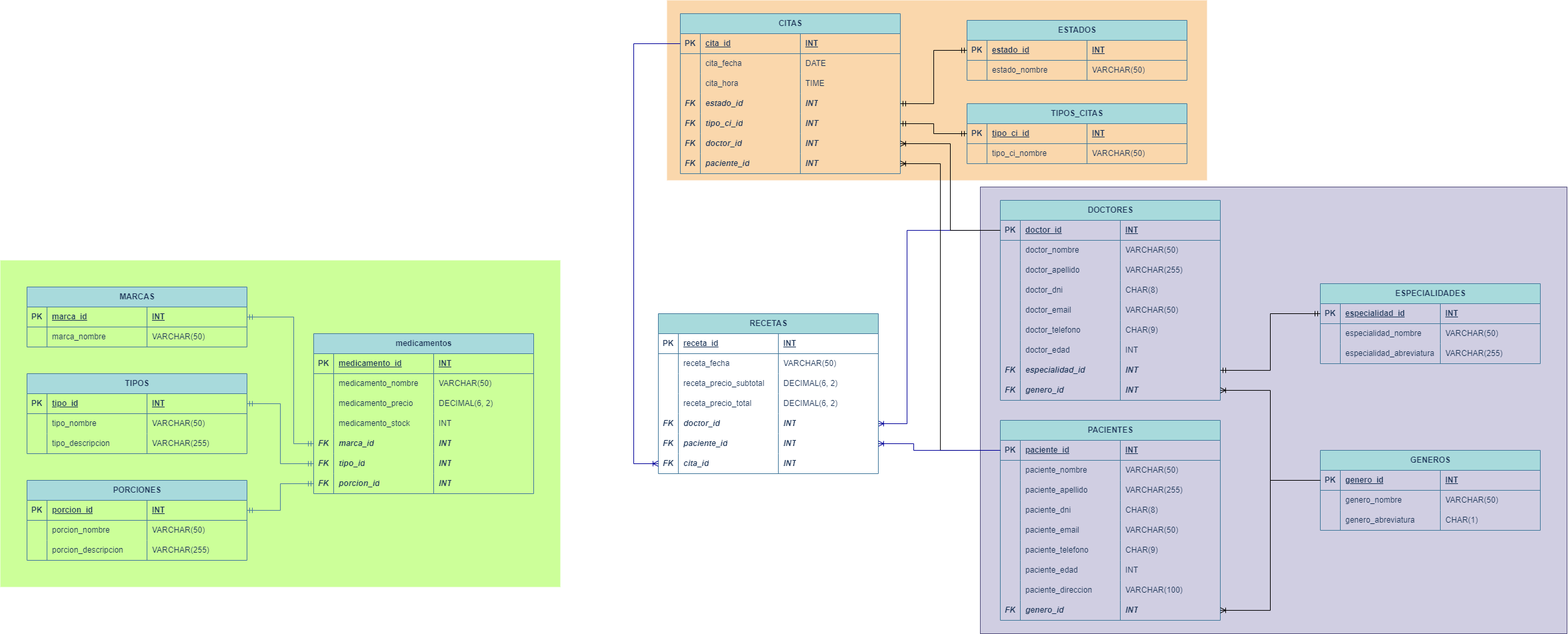
jetaype21/BD-GRUPOUNO keeps this draw.io diagram as docConnect.drawio.png. Above is the earlier version. Source tidied: cells renumbered, new cells last; positions are measured from the earlier drawing's top-left corner, leaving out a move shared by most shapes.
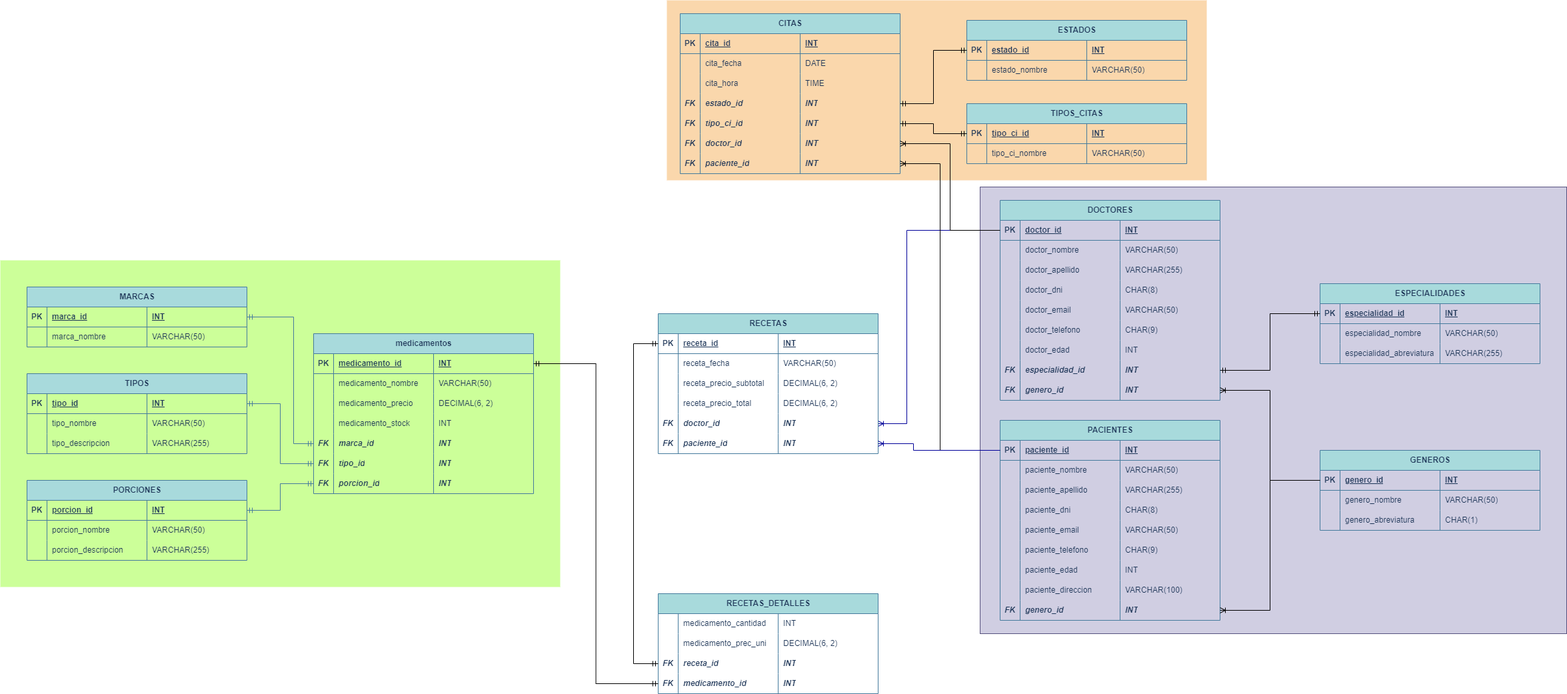
After the commit.

What changed in the source:
```diff
@@ -693,7 +693,7 @@
       </mxGeometry>
     </mxCell>
     <mxCell id="227" value="RECETAS" style="shape=table;startSize=30;rowLines=0;fontStyle=1;align=center;html=1;labelBackgroundColor=none;fillColor=#A8DADC;strokeColor=#457B9D;fontColor=#1D3557;" parent="1" vertex="1">
-      <mxGeometry x="987" y="470" width="330" height="240" as="geometry" />
+      <mxGeometry x="987" y="470" width="330" height="210" as="geometry" />
     </mxCell>
     <mxCell id="228" style="shape=tableRow;horizontal=0;startSize=0;swimlaneHead=0;swimlaneBody=0;fillColor=none;points=[[0,0.5],[1,0.5]];portConstraint=eastwest;top=0;left=0;right=0;bottom=1;labelBackgroundColor=none;strokeColor=#457B9D;fontColor=#1D3557;" parent="227" vertex="1">
       <mxGeometry y="30" width="330" height="30" as="geometry" />
@@ -767,18 +767,6 @@
     <mxCell id="251" value="INT" style="shape=partialRectangle;fillColor=none;top=0;left=0;bottom=0;right=0;align=left;spacingLeft=6;overflow=hidden;whiteSpace=wrap;html=1;labelBackgroundColor=none;strokeColor=#457B9D;fontColor=#1D3557;fontStyle=3;" parent="248" vertex="1">
       <mxGeometry x="180" width="150" height="30" as="geometry" />
     </mxCell>
-    <mxCell id="252" style="shape=tableRow;horizontal=0;startSize=0;swimlaneHead=0;swimlaneBody=0;fillColor=none;points=[[0,0.5],[1,0.5]];portConstraint=eastwest;top=0;left=0;right=0;bottom=0;labelBackgroundColor=none;strokeColor=#457B9D;fontColor=#1D3557;" parent="227" vertex="1">
-      <mxGeometry y="210" width="330" height="30" as="geometry" />
-    </mxCell>
-    <mxCell id="253" value="FK" style="shape=partialRectangle;fillColor=none;top=0;left=0;bottom=0;right=0;overflow=hidden;whiteSpace=wrap;html=1;labelBackgroundColor=none;strokeColor=#457B9D;fontColor=#1D3557;fontStyle=3;" parent="252" vertex="1">
-      <mxGeometry width="30" height="30" as="geometry" />
-    </mxCell>
-    <mxCell id="254" value="cita_id" style="shape=partialRectangle;fillColor=none;top=0;left=0;bottom=0;right=0;align=left;spacingLeft=6;overflow=hidden;whiteSpace=wrap;html=1;labelBackgroundColor=none;strokeColor=#457B9D;fontColor=#1D3557;fontStyle=3;" parent="252" vertex="1">
-      <mxGeometry x="30" width="150" height="30" as="geometry" />
-    </mxCell>
-    <mxCell id="255" value="INT" style="shape=partialRectangle;fillColor=none;top=0;left=0;bottom=0;right=0;align=left;spacingLeft=6;overflow=hidden;whiteSpace=wrap;html=1;labelBackgroundColor=none;strokeColor=#457B9D;fontColor=#1D3557;fontStyle=3;" parent="252" vertex="1">
-      <mxGeometry x="180" width="150" height="30" as="geometry" />
-    </mxCell>
     <mxCell id="256" style="edgeStyle=orthogonalEdgeStyle;fontSize=12;html=1;endArrow=ERoneToMany;rounded=0;exitX=0;exitY=0.5;exitDx=0;exitDy=0;strokeColor=#000099;entryX=1;entryY=0.5;entryDx=0;entryDy=0;" parent="1" edge="1" source="137" target="248">
       <mxGeometry relative="1" as="geometry">
         <Array as="points">
@@ -787,13 +775,67 @@
         </Array>
       </mxGeometry>
     </mxCell>
-    <mxCell id="257" style="edgeStyle=orthogonalEdgeStyle;fontSize=12;html=1;endArrow=ERoneToMany;rounded=0;entryX=0;entryY=0.5;entryDx=0;entryDy=0;strokeColor=#000099;exitX=0;exitY=0.5;exitDx=0;exitDy=0;" parent="1" edge="1" source="177" target="252">
-      <mxGeometry relative="1" as="geometry">
-        <Array as="points">
-          <mxPoint x="950" y="65" />
-          <mxPoint x="950" y="695" />
-        </Array>
-      </mxGeometry>
-    </mxCell>
+    <mxCell id="258" value="RECETAS_DETALLES" style="shape=table;startSize=30;rowLines=0;fontStyle=1;align=center;html=1;labelBackgroundColor=none;fillColor=#A8DADC;strokeColor=#457B9D;fontColor=#1D3557;" parent="1" vertex="1">
+      <mxGeometry x="987" y="890" width="330" height="150" as="geometry" />
+    </mxCell>
+    <mxCell id="259" style="shape=tableRow;horizontal=0;startSize=0;swimlaneHead=0;swimlaneBody=0;fillColor=none;top=0;left=0;right=0;bottom=0;labelBackgroundColor=none;strokeColor=#457B9D;fontColor=#1D3557;" parent="258" vertex="1">
+      <mxGeometry y="30" width="330" height="30" as="geometry" />
+    </mxCell>
+    <mxCell id="260" style="shape=partialRectangle;fillColor=none;top=0;left=0;bottom=0;right=0;overflow=hidden;whiteSpace=wrap;html=1;labelBackgroundColor=none;strokeColor=#457B9D;fontColor=#1D3557;" parent="259" vertex="1">
+      <mxGeometry width="30" height="30" as="geometry" />
+    </mxCell>
+    <mxCell id="261" value="medicamento_cantidad" style="shape=partialRectangle;fillColor=none;top=0;left=0;bottom=0;right=0;align=left;spacingLeft=6;overflow=hidden;whiteSpace=wrap;html=1;labelBackgroundColor=none;strokeColor=#457B9D;fontColor=#1D3557;" parent="259" vertex="1">
+      <mxGeometry x="30" width="150" height="30" as="geometry" />
+    </mxCell>
+    <mxCell id="262" value="INT" style="shape=partialRectangle;fillColor=none;top=0;left=0;bottom=0;right=0;align=left;spacingLeft=6;overflow=hidden;whiteSpace=wrap;html=1;labelBackgroundColor=none;strokeColor=#457B9D;fontColor=#1D3557;" parent="259" vertex="1">
+      <mxGeometry x="180" width="150" height="30" as="geometry" />
+    </mxCell>
+    <mxCell id="263" style="shape=tableRow;horizontal=0;startSize=0;swimlaneHead=0;swimlaneBody=0;fillColor=none;top=0;left=0;right=0;bottom=0;labelBackgroundColor=none;strokeColor=#457B9D;fontColor=#1D3557;" parent="258" vertex="1">
+      <mxGeometry y="60" width="330" height="30" as="geometry" />
+    </mxCell>
+    <mxCell id="264" style="shape=partialRectangle;fillColor=none;top=0;left=0;bottom=0;right=0;overflow=hidden;whiteSpace=wrap;html=1;labelBackgroundColor=none;strokeColor=#457B9D;fontColor=#1D3557;" parent="263" vertex="1">
+      <mxGeometry width="30" height="30" as="geometry" />
+    </mxCell>
+    <mxCell id="265" value="medicamento_prec_uni" style="shape=partialRectangle;fillColor=none;top=0;left=0;bottom=0;right=0;align=left;spacingLeft=6;overflow=hidden;whiteSpace=wrap;html=1;labelBackgroundColor=none;strokeColor=#457B9D;fontColor=#1D3557;" parent="263" vertex="1">
+      <mxGeometry x="30" width="150" height="30" as="geometry" />
+    </mxCell>
+    <mxCell id="266" value="DECIMAL(6, 2)" style="shape=partialRectangle;fillColor=none;top=0;left=0;bottom=0;right=0;align=left;spacingLeft=6;overflow=hidden;whiteSpace=wrap;html=1;labelBackgroundColor=none;strokeColor=#457B9D;fontColor=#1D3557;" parent="263" vertex="1">
+      <mxGeometry x="180" width="150" height="30" as="geometry" />
+    </mxCell>
+    <mxCell id="267" style="shape=tableRow;horizontal=0;startSize=0;swimlaneHead=0;swimlaneBody=0;fillColor=none;points=[[0,0.5],[1,0.5]];portConstraint=eastwest;top=0;left=0;right=0;bottom=0;labelBackgroundColor=none;strokeColor=#457B9D;fontColor=#1D3557;fontStyle=3;" parent="258" vertex="1">
+      <mxGeometry y="90" width="330" height="30" as="geometry" />
+    </mxCell>
+    <mxCell id="268" value="FK" style="shape=partialRectangle;fillColor=none;top=0;left=0;bottom=0;right=0;overflow=hidden;whiteSpace=wrap;html=1;labelBackgroundColor=none;strokeColor=#457B9D;fontColor=#1D3557;fontStyle=3;" parent="267" vertex="1">
+      <mxGeometry width="30" height="30" as="geometry" />
+    </mxCell>
+    <mxCell id="269" value="receta_id" style="shape=partialRectangle;fillColor=none;top=0;left=0;bottom=0;right=0;align=left;spacingLeft=6;overflow=hidden;whiteSpace=wrap;html=1;labelBackgroundColor=none;strokeColor=#457B9D;fontColor=#1D3557;fontStyle=3;" parent="267" vertex="1">
+      <mxGeometry x="30" width="150" height="30" as="geometry" />
+    </mxCell>
+    <mxCell id="270" value="INT" style="shape=partialRectangle;fillColor=none;top=0;left=0;bottom=0;right=0;align=left;spacingLeft=6;overflow=hidden;whiteSpace=wrap;html=1;labelBackgroundColor=none;strokeColor=#457B9D;fontColor=#1D3557;fontStyle=3;" parent="267" vertex="1">
+      <mxGeometry x="180" width="150" height="30" as="geometry" />
+    </mxCell>
+    <mxCell id="271" style="shape=tableRow;horizontal=0;startSize=0;swimlaneHead=0;swimlaneBody=0;fillColor=none;points=[[0,0.5],[1,0.5]];portConstraint=eastwest;top=0;left=0;right=0;bottom=0;labelBackgroundColor=none;strokeColor=#457B9D;fontColor=#1D3557;" parent="258" vertex="1">
+      <mxGeometry y="120" width="330" height="30" as="geometry" />
+    </mxCell>
+    <mxCell id="272" value="FK" style="shape=partialRectangle;fillColor=none;top=0;left=0;bottom=0;right=0;overflow=hidden;whiteSpace=wrap;html=1;labelBackgroundColor=none;strokeColor=#457B9D;fontColor=#1D3557;fontStyle=3;" parent="271" vertex="1">
+      <mxGeometry width="30" height="30" as="geometry" />
+    </mxCell>
+    <mxCell id="273" value="medicamento_id" style="shape=partialRectangle;fillColor=none;top=0;left=0;bottom=0;right=0;align=left;spacingLeft=6;overflow=hidden;whiteSpace=wrap;html=1;labelBackgroundColor=none;strokeColor=#457B9D;fontColor=#1D3557;fontStyle=3;" parent="271" vertex="1">
+      <mxGeometry x="30" width="150" height="30" as="geometry" />
+    </mxCell>
+    <mxCell id="274" value="INT" style="shape=partialRectangle;fillColor=none;top=0;left=0;bottom=0;right=0;align=left;spacingLeft=6;overflow=hidden;whiteSpace=wrap;html=1;labelBackgroundColor=none;strokeColor=#457B9D;fontColor=#1D3557;fontStyle=3;" parent="271" vertex="1">
+      <mxGeometry x="180" width="150" height="30" as="geometry" />
+    </mxCell>
+    <mxCell id="275" style="edgeStyle=orthogonalEdgeStyle;fontSize=12;html=1;endArrow=ERmandOne;startArrow=ERmandOne;rounded=0;entryX=0;entryY=0.5;entryDx=0;entryDy=0;exitX=0;exitY=0.5;exitDx=0;exitDy=0;" parent="1" edge="1" source="267" target="228">
+      <mxGeometry relative="1" as="geometry">
+        <Array as="points">
+          <mxPoint x="950" y="995" />
+          <mxPoint x="950" y="515" />
+        </Array>
+      </mxGeometry>
+    </mxCell>
+    <mxCell id="276" style="edgeStyle=orthogonalEdgeStyle;fontSize=12;html=1;endArrow=ERmandOne;startArrow=ERmandOne;rounded=0;entryX=1;entryY=0.5;entryDx=0;entryDy=0;exitX=0;exitY=0.5;exitDx=0;exitDy=0;" parent="1" edge="1" source="271" target="7">
+      <mxGeometry relative="1" as="geometry" />
+    </mxCell>
   </root>
 </mxGraphModel>
```
